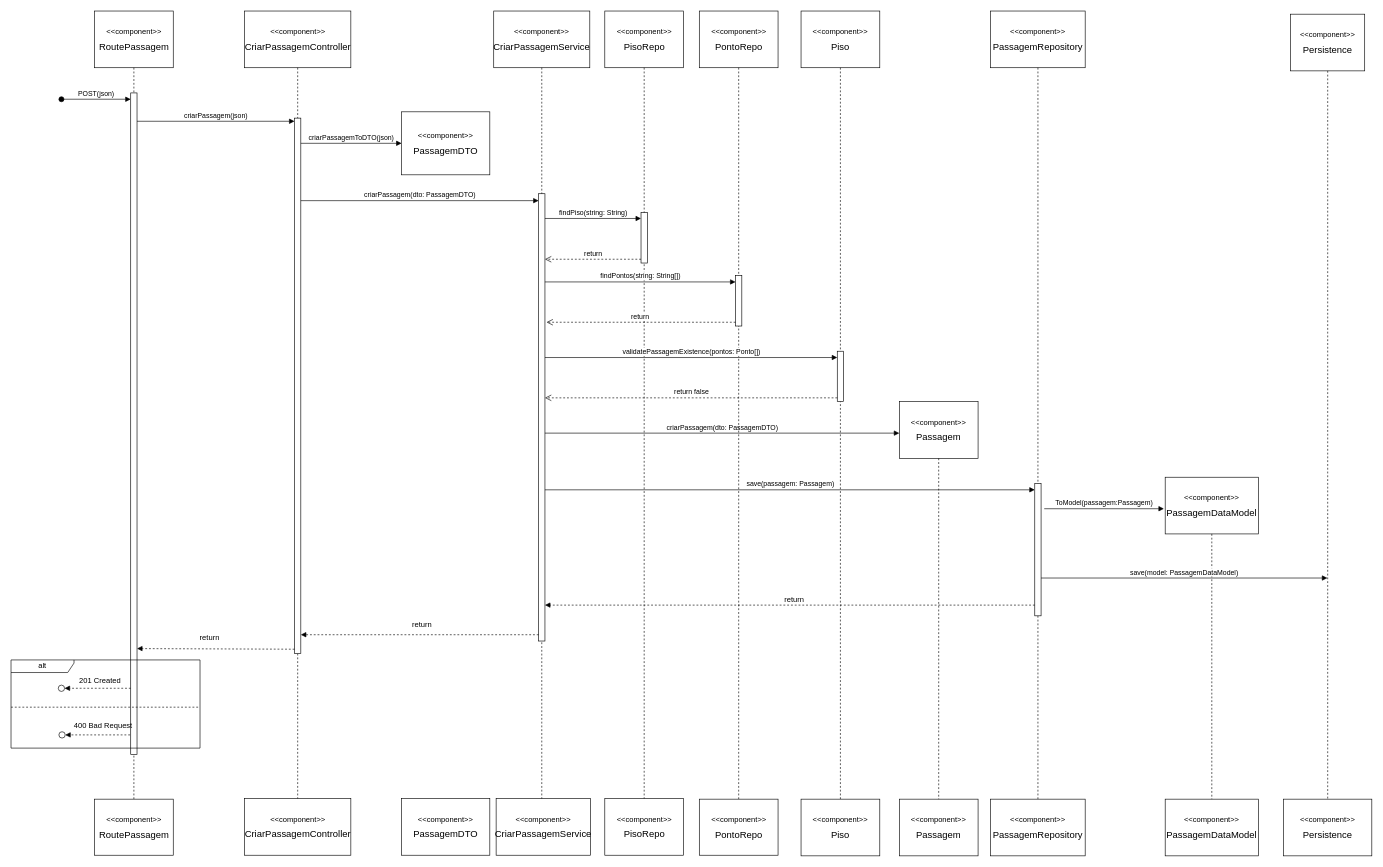
This is docs/Sprint_A/US_240/N3/US_240_VP.drawio from SEM5PI2324G58/sem5pi_g58_23_24, a draw.io file, before an edit. Source tidied: cells renumbered, new cells numbered last; positions are measured from the earlier drawing's top-left corner, leaving out a move shared by most shapes. Both pictures are drawn from the tidied source at 63%, with x=0, y=0 at pixel (11, 11).
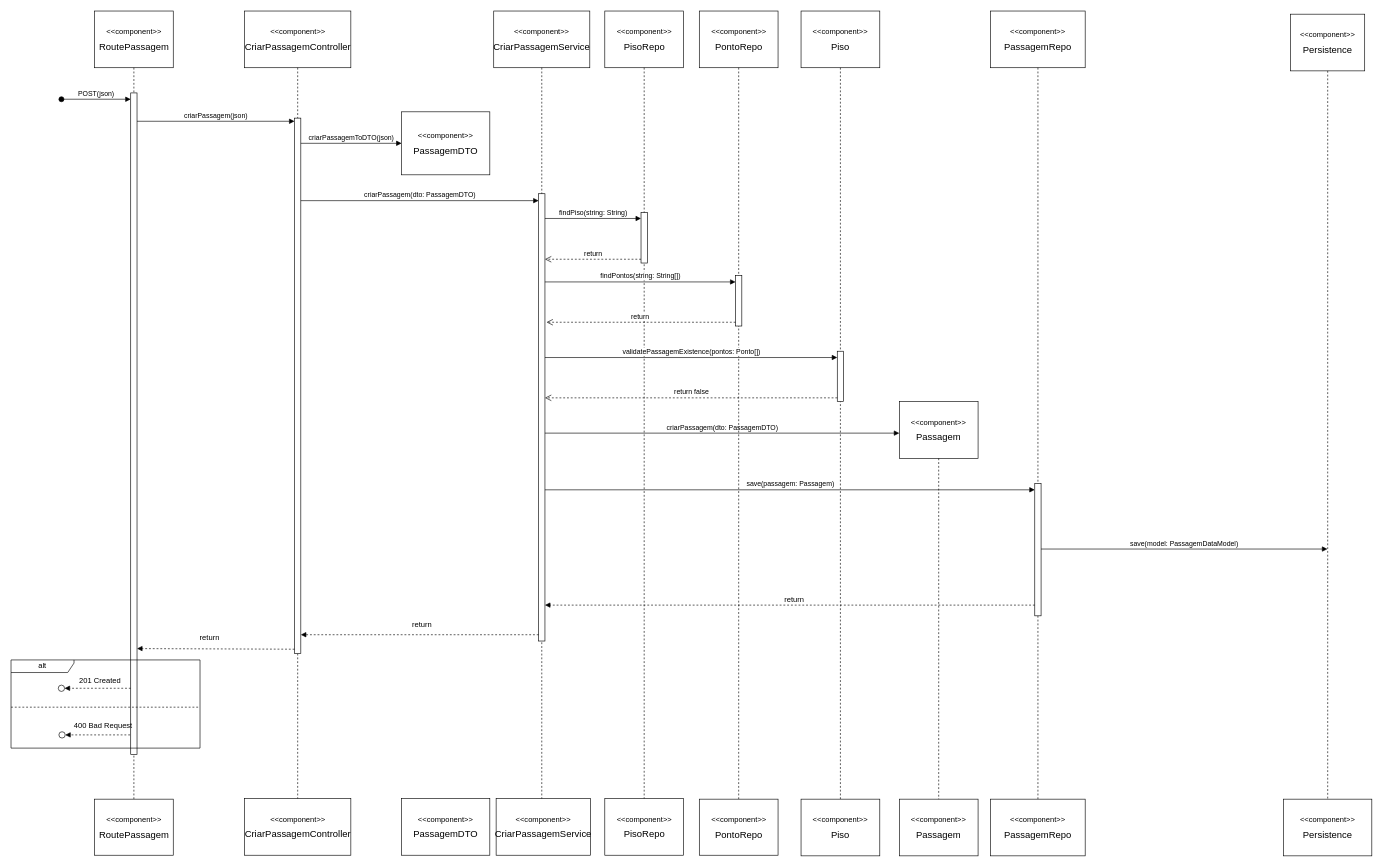
The same diagram, later.

Unchanged cells that the change refers to:
```xml
<mxCell id="11" value="&lt;p style=&quot;line-height: 100%;&quot;&gt;&amp;lt;&amp;lt;component&amp;gt;&amp;gt;&lt;br&gt;&lt;/p&gt;&lt;p style=&quot;line-height: 100%;&quot;&gt;&lt;span style=&quot;font-size: 15px;&quot;&gt;Persistence&lt;/span&gt;&lt;/p&gt;" style="shape=umlLifeline;perimeter=lifelinePerimeter;whiteSpace=wrap;html=1;outlineConnect=0;portConstraint=eastwest;newEdgeStyle={&quot;curved&quot;:0,&quot;rounded&quot;:0};size=90;" parent="1" vertex="1">
  <mxGeometry x="2031.2" y="5" width="117.5" height="1265" as="geometry" />
</mxCell>
```

Diff of the diagram source:
```diff
@@
-    <mxCell id="8" value="&lt;p style=&quot;line-height: 100%;&quot;&gt;&amp;lt;&amp;lt;component&amp;gt;&amp;gt;&lt;br&gt;&lt;/p&gt;&lt;p style=&quot;line-height: 100%;&quot;&gt;&lt;span style=&quot;font-size: 15px;&quot;&gt;PassagemRepository&lt;/span&gt;&lt;/p&gt;" style="shape=umlLifeline;perimeter=lifelinePerimeter;whiteSpace=wrap;html=1;newEdgeStyle={&quot;curved&quot;:0,&quot;rounded&quot;:0};size=90;" parent="1" vertex="1">
+    <mxCell id="8" value="&lt;p style=&quot;line-height: 100%;&quot;&gt;&amp;lt;&amp;lt;component&amp;gt;&amp;gt;&lt;br&gt;&lt;/p&gt;&lt;p style=&quot;line-height: 100%;&quot;&gt;&lt;span style=&quot;font-size: 15px;&quot;&gt;PassagemRepo&lt;/span&gt;&lt;/p&gt;" style="shape=umlLifeline;perimeter=lifelinePerimeter;whiteSpace=wrap;html=1;newEdgeStyle={&quot;curved&quot;:0,&quot;rounded&quot;:0};size=90;" parent="1" vertex="1">
       <mxGeometry x="1555" width="150" height="1280" as="geometry" />
     </mxCell>
@@
-    <mxCell id="10" value="&lt;p style=&quot;line-height: 100%;&quot;&gt;&amp;lt;&amp;lt;component&amp;gt;&amp;gt;&lt;br&gt;&lt;/p&gt;&lt;p style=&quot;line-height: 100%;&quot;&gt;&lt;span style=&quot;font-size: 15px;&quot;&gt;PassagemDataModel&lt;/span&gt;&lt;/p&gt;" style="shape=umlLifeline;perimeter=lifelinePerimeter;whiteSpace=wrap;html=1;newEdgeStyle={&quot;curved&quot;:0,&quot;rounded&quot;:0};size=90;" parent="1" vertex="1">
-      <mxGeometry x="1832" y="740" width="148" height="530" as="geometry" />
-    </mxCell>
@@
-    <mxCell id="20" value="ToModel(passagem:Passagem)" style="html=1;verticalAlign=bottom;endArrow=block;curved=0;rounded=0;" parent="1" edge="1">
-      <mxGeometry relative="1" as="geometry">
-        <mxPoint x="1640" y="790" as="sourcePoint" />
-        <mxPoint x="1830" y="790" as="targetPoint" />
-      </mxGeometry>
-    </mxCell>
-    <mxCell id="21" value="save(model: PassagemDataModel)" style="html=1;verticalAlign=bottom;endArrow=block;curved=0;rounded=0;" parent="1" edge="1" target="11">
+    <mxCell id="21" value="save(model: PassagemDataModel)" style="html=1;verticalAlign=bottom;endArrow=block;curved=0;rounded=0;" parent="1" edge="1">
       <mxGeometry relative="1" as="geometry">
-        <mxPoint x="1635" y="900" as="sourcePoint" />
+        <mxPoint x="1635" y="854" as="sourcePoint" />
+        <mxPoint x="2089.5" y="854" as="targetPoint" />
       </mxGeometry>
     </mxCell>
@@
-    <mxCell id="36" value="&lt;p style=&quot;line-height: 100%;&quot;&gt;&amp;lt;&amp;lt;component&amp;gt;&amp;gt;&lt;br&gt;&lt;/p&gt;&lt;p style=&quot;line-height: 100%;&quot;&gt;&lt;span style=&quot;font-size: 15px;&quot;&gt;PassagemRepository&lt;/span&gt;&lt;/p&gt;" style="shape=umlLifeline;perimeter=lifelinePerimeter;whiteSpace=wrap;html=1;newEdgeStyle={&quot;curved&quot;:0,&quot;rounded&quot;:0};size=90;" parent="1" vertex="1">
+    <mxCell id="36" value="&lt;p style=&quot;line-height: 100%;&quot;&gt;&amp;lt;&amp;lt;component&amp;gt;&amp;gt;&lt;br&gt;&lt;/p&gt;&lt;p style=&quot;line-height: 100%;&quot;&gt;&lt;span style=&quot;font-size: 15px;&quot;&gt;PassagemRepo&lt;/span&gt;&lt;/p&gt;" style="shape=umlLifeline;perimeter=lifelinePerimeter;whiteSpace=wrap;html=1;newEdgeStyle={&quot;curved&quot;:0,&quot;rounded&quot;:0};size=90;" parent="1" vertex="1">
       <mxGeometry x="1555" y="1251" width="150" height="90" as="geometry" />
     </mxCell>
@@
-    <mxCell id="40" value="&lt;p style=&quot;line-height: 100%;&quot;&gt;&amp;lt;&amp;lt;component&amp;gt;&amp;gt;&lt;br&gt;&lt;/p&gt;&lt;p style=&quot;line-height: 100%;&quot;&gt;&lt;span style=&quot;font-size: 15px;&quot;&gt;PassagemDataModel&lt;/span&gt;&lt;/p&gt;" style="shape=umlLifeline;perimeter=lifelinePerimeter;whiteSpace=wrap;html=1;newEdgeStyle={&quot;curved&quot;:0,&quot;rounded&quot;:0};size=90;" parent="1" vertex="1">
-      <mxGeometry x="1832" y="1251" width="148" height="90" as="geometry" />
-    </mxCell>
```
